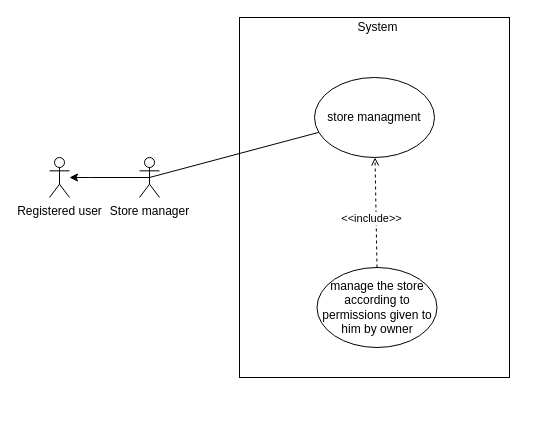
Above: use cases/use case 5.1.drawio in LevyIfta/Team-19B-Project (draw.io), before the change. Source tidied: cells renumbered, new cells numbered last; positions are measured from the earlier drawing's top-left corner, leaving out a move shared by most shapes. Both pictures are drawn from the tidied source at 100%, with x=0, y=0 at pixel (49, 17).
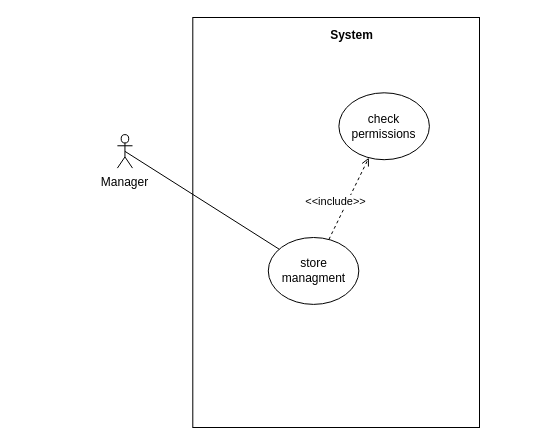
Above is the later version.

Commit message (it also covers changes not shown here):
final use case

The edit, as a diff of the source:
```diff
@@
 <mxGraphModel>
   <root>
     <mxCell id="0" />
     <mxCell id="1" parent="0" />
     <mxCell id="2" style="group;" parent="1" vertex="1">
-      <mxGeometry width="477.5" height="360" as="geometry" />
+      <mxGeometry width="430" height="410" as="geometry" />
     </mxCell>
     <mxCell id="3" style="rounded=0;whiteSpace=wrap;html=1;" parent="2" vertex="1">
-      <mxGeometry x="190" width="270" height="360" as="geometry" />
+      <mxGeometry x="143.3" width="286.7" height="410" as="geometry" />
     </mxCell>
-    <mxCell id="4" value="Store manager" style="shape=umlActor;verticalLabelPosition=bottom;verticalAlign=top;html=1;outlineConnect=0;" parent="2" vertex="1">
-      <mxGeometry x="90" y="140" width="20" height="40" as="geometry" />
+    <mxCell id="4" value="Manager" style="shape=umlActor;verticalLabelPosition=bottom;verticalAlign=top;html=1;outlineConnect=0;" parent="2" vertex="1">
+      <mxGeometry x="67.9" y="117.1" width="15.1" height="33.5" as="geometry" />
     </mxCell>
-    <mxCell id="5" value="Registered user" style="shape=umlActor;verticalLabelPosition=bottom;verticalAlign=top;html=1;outlineConnect=0;" parent="2" vertex="1">
-      <mxGeometry y="140" width="20" height="40" as="geometry" />
-    </mxCell>
-    <mxCell id="6" style="edgeStyle=orthogonalEdgeStyle;rounded=0;jettySize=auto;html=1;exitX=0.5;exitY=0.5;exitDx=0;exitDy=0;exitPerimeter=0;" parent="2" edge="1" source="4" target="5">
-      <mxGeometry relative="1" as="geometry">
-        <Array as="points">
-          <mxPoint x="40" y="160" />
-          <mxPoint x="40" y="160" />
-        </Array>
-      </mxGeometry>
-    </mxCell>
     <mxCell id="7" value="store managment" style="ellipse;whiteSpace=wrap;html=1;" parent="2" vertex="1">
-      <mxGeometry x="265" y="60" width="120" height="80" as="geometry" />
+      <mxGeometry x="218.8" y="220" width="90.5" height="66.9" as="geometry" />
     </mxCell>
     <mxCell id="8" style="endArrow=none;html=1;entryX=0.5;entryY=0.5;entryDx=0;entryDy=0;entryPerimeter=0;" parent="2" edge="1" source="7" target="4">
       <mxGeometry relative="1" as="geometry" />
     </mxCell>
-    <mxCell id="9" value="System" style="text;html=1;align=center;verticalAlign=middle;" parent="2" vertex="1">
-      <mxGeometry x="297.5" width="60" height="20" as="geometry" />
+    <mxCell id="9" value="&lt;b&gt;System&lt;/b&gt;" style="text;html=1;align=center;verticalAlign=middle;" parent="2" vertex="1">
+      <mxGeometry x="271.6" y="8.4" width="60" height="20" as="geometry" />
     </mxCell>
-    <mxCell id="10" value="manage the store according to permissions given to him by owner" style="ellipse;whiteSpace=wrap;html=1;" parent="2" vertex="1">
-      <mxGeometry x="267.5" y="250" width="120" height="80" as="geometry" />
-    </mxCell>
-    <mxCell id="11" style="endArrow=open;dashed=1;html=1;strokeWidth=1;exitX=0.5;exitY=0;exitDx=0;exitDy=0;endFill=0;" parent="2" edge="1" source="10" target="7">
-      <mxGeometry relative="1" as="geometry" />
-    </mxCell>
+    <mxCell id="13" value="check permissions" style="ellipse;whiteSpace=wrap;html=1;" parent="2" vertex="1">
+      <mxGeometry x="289.4" y="75.3" width="90.5" height="66.9" as="geometry" />
+    </mxCell>
+    <mxCell id="14" style="endArrow=open;dashed=1;html=1;strokeWidth=1;endFill=0;" parent="2" edge="1" source="7" target="13">
+      <mxGeometry relative="1" as="geometry" />
+    </mxCell>
-    <mxCell id="12" value="&amp;lt;&amp;lt;include&amp;gt;&amp;gt;" style="edgeLabel;html=1;align=center;verticalAlign=middle;" parent="11" vertex="1">
+    <mxCell id="12" value="&amp;lt;&amp;lt;include&amp;gt;&amp;gt;" style="edgeLabel;html=1;align=center;verticalAlign=middle;" parent="14" vertex="1">
       <mxGeometry x="-0.4" y="-4" relative="1" as="geometry">
         <mxPoint x="-9" y="-16" as="offset" />
       </mxGeometry>
     </mxCell>
   </root>
 </mxGraphModel>
```
